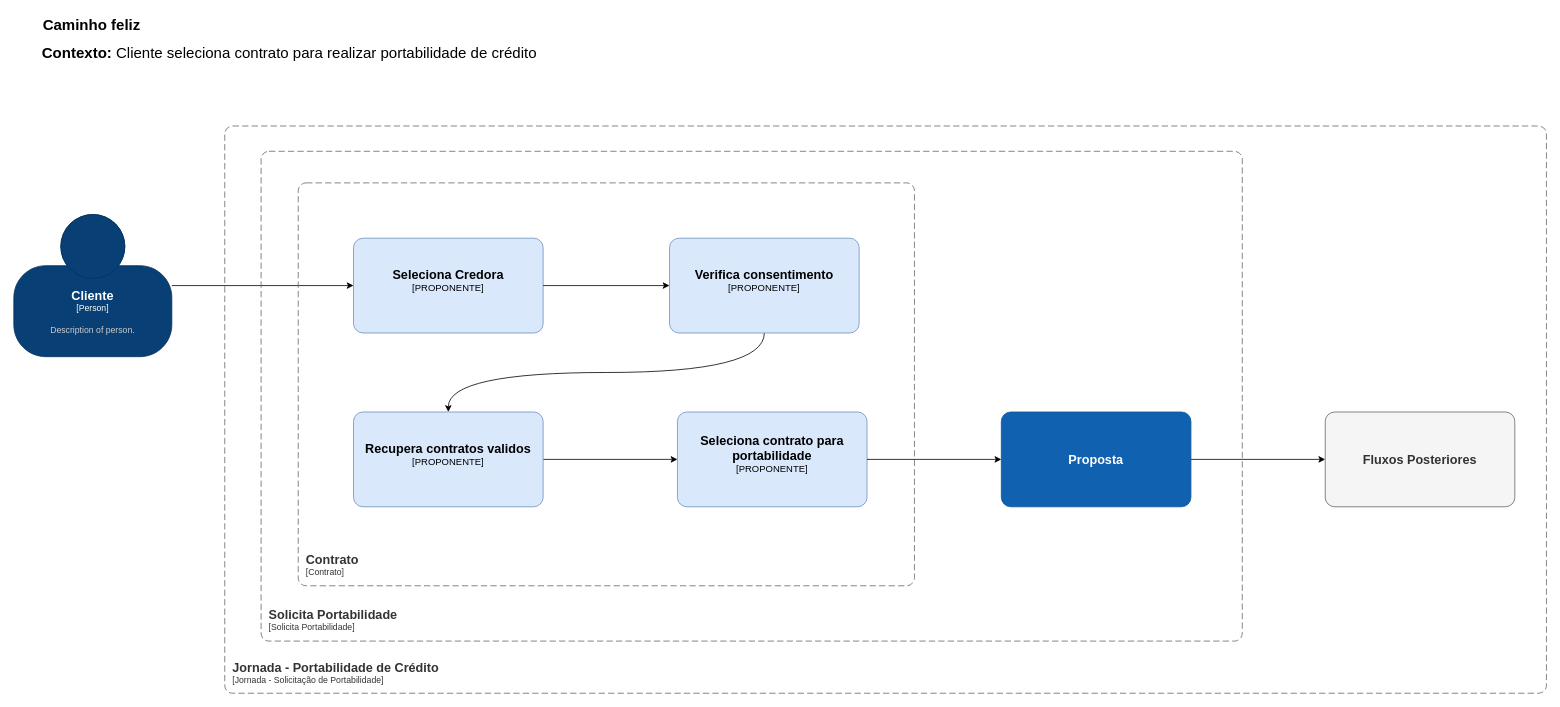
Before: page "Contrato" (4 of 20) of portabilidade_credito.drawio in andreferreiratrindade/portabilidade_credito_draw, a draw.io diagram. Source tidied: cells renumbered, new cells numbered last; positions are measured from the earlier drawing's top-left corner, leaving out a move shared by most shapes. Both pictures are drawn from the tidied source at 79%, with x=0, y=0 at pixel (13, 13).
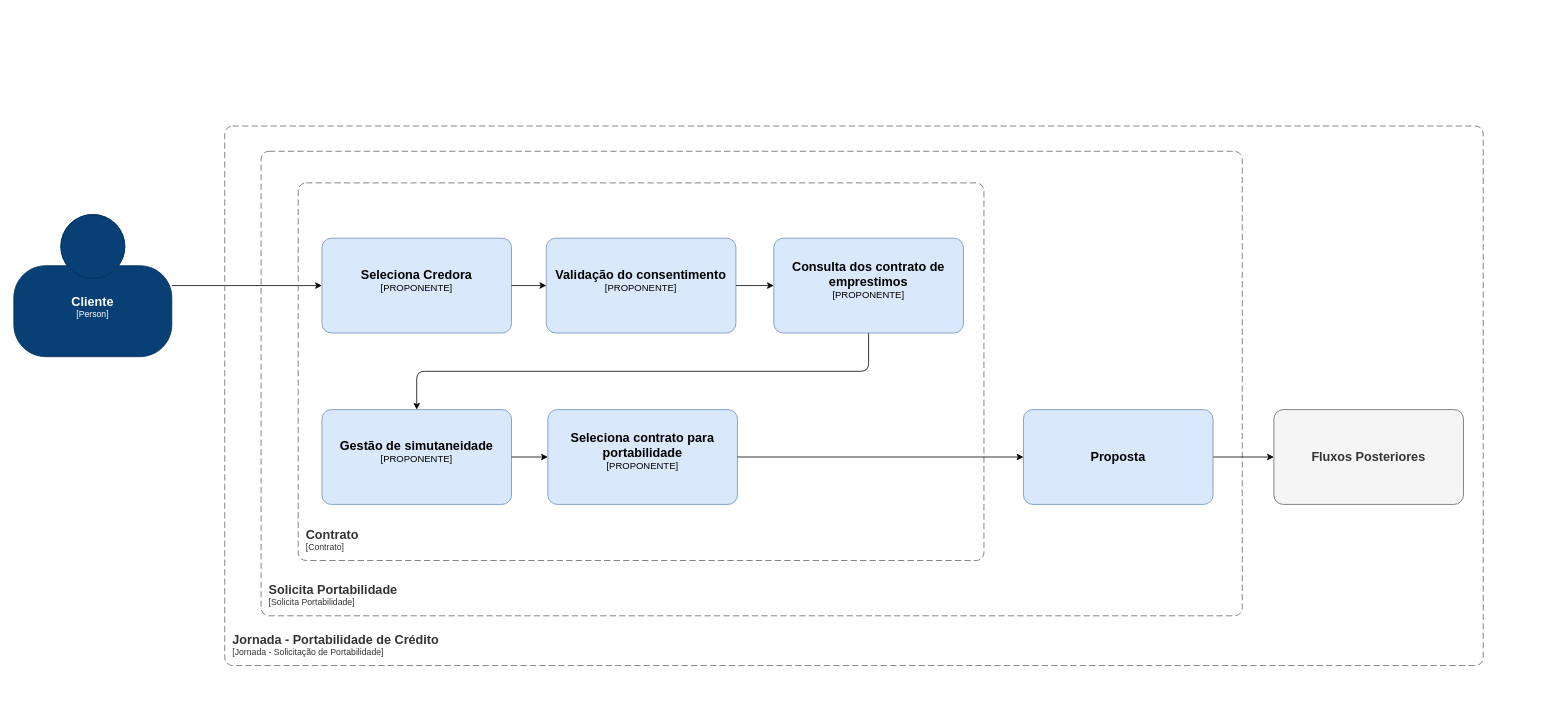
The same page after the edit.

Commit message (it also covers changes not shown here):
add - Gestao de simutaneidade

Diff of the diagram source:
```diff
@@
-    <object id="2" label="&lt;font style=&quot;font-size: 16px&quot;&gt;&lt;b&gt;%c4Name%&lt;/b&gt;&lt;/font&gt;&lt;div&gt;[%c4Type%]&lt;/div&gt;&lt;br&gt;&lt;div&gt;&lt;font style=&quot;font-size: 11px&quot;&gt;&lt;font color=&quot;#cccccc&quot;&gt;%c4Description%&lt;/font&gt;&lt;/div&gt;" c4Description="Description of person." c4Name="Cliente" c4Type="Person" placeholders="1">
+    <object id="2" label="&lt;font style=&quot;font-size: 16px&quot;&gt;&lt;b&gt;%c4Name%&lt;/b&gt;&lt;/font&gt;&lt;div&gt;[%c4Type%]&lt;/div&gt;&lt;br&gt;&lt;div&gt;&lt;font style=&quot;font-size: 11px&quot;&gt;&lt;font color=&quot;#cccccc&quot;&gt;%c4Description%&lt;/font&gt;&lt;/div&gt;" c4Description="" c4Name="Cliente" c4Type="Person" placeholders="1">
       <mxCell style="html=1;fontSize=11;dashed=0;whiteSpace=wrap;fillColor=#083F75;strokeColor=#06315C;fontColor=#ffffff;shape=mxgraph.c4.person2;align=center;points=[[0.5,0,0],[1,0.5,0],[1,0.75,0],[0.75,1,0],[0.5,1,0],[0.25,1,0],[0,0.75,0],[0,0.5,0]];" parent="1" vertex="1">
         <mxGeometry y="254" width="200" height="180" as="geometry" />
       </mxCell>
     </object>
@@
     <object id="4" label="&lt;font style=&quot;font-size: 16px&quot;&gt;&lt;b&gt;&lt;div style=&quot;text-align: left&quot;&gt;%c4Name%&lt;/div&gt;&lt;/b&gt;&lt;/font&gt;&lt;div style=&quot;text-align: left&quot;&gt;[%c4Application%]&lt;/div&gt;" c4Application="Solicita Portabilidade" c4Name="Solicita Portabilidade" placeholders="1">
       <mxCell style="rounded=1;fontSize=11;whiteSpace=wrap;html=1;dashed=1;arcSize=20;fillColor=none;strokeColor=#666666;fontColor=#333333;labelBackgroundColor=none;align=left;verticalAlign=bottom;labelBorderColor=none;spacingTop=0;spacing=10;dashPattern=8 4;perimeter=rectanglePerimeter;noLabel=0;labelPadding=0;absoluteArcSize=1;" parent="1" vertex="1">
-        <mxGeometry x="313" y="174" width="1242" height="620" as="geometry" />
+        <mxGeometry x="313" y="174" width="1242" height="588" as="geometry" />
       </mxCell>
     </object>
     <object id="5" label="&lt;font style=&quot;font-size: 16px&quot;&gt;&lt;b&gt;&lt;div style=&quot;text-align: left&quot;&gt;%c4Name%&lt;/div&gt;&lt;/b&gt;&lt;/font&gt;&lt;div style=&quot;text-align: left&quot;&gt;[%c4Application%]&lt;/div&gt;" c4Application="Contrato" c4Name="Contrato" placeholders="1">
       <mxCell style="rounded=1;fontSize=11;whiteSpace=wrap;html=1;dashed=1;arcSize=20;fillColor=none;strokeColor=#666666;fontColor=#333333;labelBackgroundColor=none;align=left;verticalAlign=bottom;labelBorderColor=none;spacingTop=0;spacing=10;dashPattern=8 4;perimeter=rectanglePerimeter;noLabel=0;labelPadding=0;absoluteArcSize=1;" parent="1" vertex="1">
-        <mxGeometry x="360" y="214" width="780" height="510" as="geometry" />
+        <mxGeometry x="360" y="214" width="868" height="478" as="geometry" />
       </mxCell>
     </object>
     <object id="6" label="&lt;font style=&quot;font-size: 16px&quot;&gt;&lt;b&gt;%c4Name%&lt;/b&gt;&lt;/font&gt;&lt;div&gt;[%c4Type%]&lt;/div&gt;&lt;br&gt;&lt;div&gt;&lt;font style=&quot;font-size: 11px&quot;&gt;&lt;font color=&quot;#cccccc&quot;&gt;%c4Description%&lt;/font&gt;&lt;/div&gt;" c4Description="" c4Name="Seleciona Credora" c4Type="PROPONENTE" placeholders="1">
       <mxCell style="rounded=1;whiteSpace=wrap;html=1;labelBackgroundColor=none;fillColor=#dae8fc;align=center;arcSize=10;strokeColor=#6c8ebf;points=[[0.25,0,0],[0.5,0,0],[0.75,0,0],[1,0.25,0],[1,0.5,0],[1,0.75,0],[0.75,1,0],[0.5,1,0],[0.25,1,0],[0,0.75,0],[0,0.5,0],[0,0.25,0]];" parent="1" vertex="1">
-        <mxGeometry x="430" y="284" width="240" height="120" as="geometry" />
+        <mxGeometry x="390" y="284" width="240" height="120" as="geometry" />
       </mxCell>
     </object>
-    <mxCell id="7" style="edgeStyle=orthogonalEdgeStyle;rounded=0;jettySize=auto;html=1;entryX=0.5;entryY=0;entryDx=0;entryDy=0;entryPerimeter=0;exitX=0.5;exitY=1;exitDx=0;exitDy=0;exitPerimeter=0;curved=1;" parent="1" edge="1" source="8" target="11">
-      <mxGeometry relative="1" as="geometry">
-        <Array as="points">
-          <mxPoint x="950" y="454" />
-          <mxPoint x="550" y="454" />
-        </Array>
-      </mxGeometry>
-    </mxCell>
-    <object id="8" label="&lt;font style=&quot;font-size: 16px&quot;&gt;&lt;b&gt;%c4Name%&lt;/b&gt;&lt;/font&gt;&lt;div&gt;[%c4Type%]&lt;/div&gt;&lt;br&gt;&lt;div&gt;&lt;font style=&quot;font-size: 11px&quot;&gt;&lt;font color=&quot;#cccccc&quot;&gt;%c4Description%&lt;/font&gt;&lt;/div&gt;" c4Description="" c4Name="Verifica consentimento" c4Type="PROPONENTE" placeholders="1">
+    <object id="8" label="&lt;font style=&quot;font-size: 16px&quot;&gt;&lt;b&gt;%c4Name%&lt;/b&gt;&lt;/font&gt;&lt;div&gt;[%c4Type%]&lt;/div&gt;&lt;br&gt;&lt;div&gt;&lt;font style=&quot;font-size: 11px&quot;&gt;&lt;font color=&quot;#cccccc&quot;&gt;%c4Description%&lt;/font&gt;&lt;/div&gt;" c4Description="" c4Name="Validação do consentimento" c4Type="PROPONENTE" placeholders="1">
       <mxCell style="rounded=1;whiteSpace=wrap;html=1;labelBackgroundColor=none;fillColor=#dae8fc;align=center;arcSize=10;strokeColor=#6c8ebf;points=[[0.25,0,0],[0.5,0,0],[0.75,0,0],[1,0.25,0],[1,0.5,0],[1,0.75,0],[0.75,1,0],[0.5,1,0],[0.25,1,0],[0,0.75,0],[0,0.5,0],[0,0.25,0]];" parent="1" vertex="1">
-        <mxGeometry x="830" y="284" width="240" height="120" as="geometry" />
+        <mxGeometry x="674" y="284" width="240" height="120" as="geometry" />
       </mxCell>
     </object>
@@
-    <mxCell id="10" style="edgeStyle=orthogonalEdgeStyle;rounded=0;jettySize=auto;html=1;exitX=1;exitY=0.5;exitDx=0;exitDy=0;exitPerimeter=0;" parent="1" edge="1" source="11" target="12">
+    <mxCell id="10" style="edgeStyle=orthogonalEdgeStyle;rounded=1;jettySize=auto;html=1;exitX=0.5;exitY=1;exitDx=0;exitDy=0;exitPerimeter=0;curved=0;" parent="1" edge="1" source="11" target="12">
       <mxGeometry relative="1" as="geometry" />
     </mxCell>
-    <object id="11" label="&lt;font style=&quot;font-size: 16px&quot;&gt;&lt;b&gt;%c4Name%&lt;/b&gt;&lt;/font&gt;&lt;div&gt;[%c4Type%]&lt;/div&gt;&lt;br&gt;&lt;div&gt;&lt;font style=&quot;font-size: 11px&quot;&gt;&lt;font color=&quot;#cccccc&quot;&gt;%c4Description%&lt;/font&gt;&lt;/div&gt;" c4Description="" c4Name="Recupera contratos validos" c4Type="PROPONENTE" placeholders="1">
+    <object id="11" label="&lt;font style=&quot;font-size: 16px&quot;&gt;&lt;b&gt;%c4Name%&lt;/b&gt;&lt;/font&gt;&lt;div&gt;[%c4Type%]&lt;/div&gt;&lt;br&gt;&lt;div&gt;&lt;font style=&quot;font-size: 11px&quot;&gt;&lt;font color=&quot;#cccccc&quot;&gt;%c4Description%&lt;/font&gt;&lt;/div&gt;" c4Description="" c4Name="Consulta dos contrato de emprestimos" c4Type="PROPONENTE" placeholders="1">
       <mxCell style="rounded=1;whiteSpace=wrap;html=1;labelBackgroundColor=none;fillColor=#dae8fc;align=center;arcSize=10;strokeColor=#6c8ebf;points=[[0.25,0,0],[0.5,0,0],[0.75,0,0],[1,0.25,0],[1,0.5,0],[1,0.75,0],[0.75,1,0],[0.5,1,0],[0.25,1,0],[0,0.75,0],[0,0.5,0],[0,0.25,0]];" parent="1" vertex="1">
-        <mxGeometry x="430" y="504" width="240" height="120" as="geometry" />
+        <mxGeometry x="962" y="284" width="240" height="120" as="geometry" />
       </mxCell>
     </object>
-    <object id="12" label="&lt;font style=&quot;font-size: 16px&quot;&gt;&lt;b&gt;%c4Name%&lt;/b&gt;&lt;/font&gt;&lt;div&gt;[%c4Type%]&lt;/div&gt;&lt;br&gt;&lt;div&gt;&lt;font style=&quot;font-size: 11px&quot;&gt;&lt;font color=&quot;#cccccc&quot;&gt;%c4Description%&lt;/font&gt;&lt;/div&gt;" c4Description="" c4Name="Seleciona contrato para portabilidade" c4Type="PROPONENTE" placeholders="1">
+    <object id="12" label="&lt;font style=&quot;font-size: 16px&quot;&gt;&lt;b&gt;%c4Name%&lt;/b&gt;&lt;/font&gt;&lt;div&gt;[%c4Type%]&lt;/div&gt;&lt;br&gt;&lt;div&gt;&lt;font style=&quot;font-size: 11px&quot;&gt;&lt;font color=&quot;#cccccc&quot;&gt;%c4Description%&lt;/font&gt;&lt;/div&gt;" c4Description="" c4Name="Gestão de simutaneidade" c4Type="PROPONENTE" placeholders="1">
       <mxCell style="rounded=1;whiteSpace=wrap;html=1;labelBackgroundColor=none;fillColor=#dae8fc;align=center;arcSize=10;strokeColor=#6c8ebf;points=[[0.25,0,0],[0.5,0,0],[0.75,0,0],[1,0.25,0],[1,0.5,0],[1,0.75,0],[0.75,1,0],[0.5,1,0],[0.25,1,0],[0,0.75,0],[0,0.5,0],[0,0.25,0]];" parent="1" vertex="1">
-        <mxGeometry x="840" y="504" width="240" height="120" as="geometry" />
+        <mxGeometry x="390" y="501" width="240" height="120" as="geometry" />
       </mxCell>
     </object>
@@
     <object id="14" label="&lt;font style=&quot;font-size: 16px&quot;&gt;&lt;b&gt;%c4Name%&lt;/b&gt;&lt;/font&gt;&lt;br&gt;&lt;div&gt;&lt;font style=&quot;font-size: 11px&quot;&gt;&lt;font color=&quot;#cccccc&quot;&gt;%c4Description%&lt;/font&gt;&lt;/div&gt;" c4Description="" c4Name="Proposta" placeholders="1">
-      <mxCell style="rounded=1;whiteSpace=wrap;html=1;labelBackgroundColor=none;fillColor=#1061B0;fontColor=#ffffff;align=center;arcSize=10;strokeColor=#0D5091;points=[[0.25,0,0],[0.5,0,0],[0.75,0,0],[1,0.25,0],[1,0.5,0],[1,0.75,0],[0.75,1,0],[0.5,1,0],[0.25,1,0],[0,0.75,0],[0,0.5,0],[0,0.25,0]];" parent="1" vertex="1">
-        <mxGeometry x="1250" y="504" width="240" height="120" as="geometry" />
+      <mxCell style="rounded=1;whiteSpace=wrap;html=1;labelBackgroundColor=none;fillColor=#dae8fc;align=center;arcSize=10;strokeColor=#6c8ebf;points=[[0.25,0,0],[0.5,0,0],[0.75,0,0],[1,0.25,0],[1,0.5,0],[1,0.75,0],[0.75,1,0],[0.5,1,0],[0.25,1,0],[0,0.75,0],[0,0.5,0],[0,0.25,0]];" parent="1" vertex="1">
+        <mxGeometry x="1278" y="501" width="240" height="120" as="geometry" />
       </mxCell>
     </object>
-    <mxCell id="15" style="edgeStyle=orthogonalEdgeStyle;rounded=0;jettySize=auto;html=1;entryX=0;entryY=0.5;entryDx=0;entryDy=0;entryPerimeter=0;" parent="1" edge="1" source="12" target="14">
+    <mxCell id="15" style="edgeStyle=orthogonalEdgeStyle;rounded=0;jettySize=auto;html=1;entryX=0;entryY=0.5;entryDx=0;entryDy=0;entryPerimeter=0;" parent="1" edge="1" source="12" target="20">
       <mxGeometry relative="1" as="geometry" />
     </mxCell>
-    <mxCell id="16" value="&lt;b&gt;Caminho feliz&lt;/b&gt;" style="text;html=1;align=left;verticalAlign=middle;whiteSpace=wrap;rounded=0;fontSize=19;" parent="1" vertex="1">
-      <mxGeometry x="35" width="616" height="30" as="geometry" />
-    </mxCell>
-    <mxCell id="17" value="&lt;b style=&quot;font-size: 19px;&quot;&gt;Contexto:&lt;/b&gt; Cliente seleciona contrato para realizar portabilidade de crédito" style="text;html=1;align=center;verticalAlign=middle;whiteSpace=wrap;rounded=0;fontSize=19;" parent="1" vertex="1">
-      <mxGeometry y="35" width="698" height="30" as="geometry" />
-    </mxCell>
     <object id="18" label="&lt;font style=&quot;font-size: 16px&quot;&gt;&lt;b&gt;&lt;div style=&quot;text-align: left&quot;&gt;%c4Name%&lt;/div&gt;&lt;/b&gt;&lt;/font&gt;&lt;div style=&quot;text-align: left&quot;&gt;[%c4Application%]&lt;/div&gt;" c4Application="Jornada - Solicitação de Portabilidade" c4Name="Jornada - Portabilidade de Crédito" placeholders="1">
       <mxCell style="rounded=1;fontSize=11;whiteSpace=wrap;html=1;dashed=1;arcSize=20;fillColor=none;strokeColor=#666666;fontColor=#333333;labelBackgroundColor=none;align=left;verticalAlign=bottom;labelBorderColor=none;spacingTop=0;spacing=10;dashPattern=8 4;perimeter=rectanglePerimeter;noLabel=0;labelPadding=0;absoluteArcSize=1;" parent="1" vertex="1">
-        <mxGeometry x="267" y="142" width="1673" height="718" as="geometry" />
+        <mxGeometry x="267" y="142" width="1593" height="683" as="geometry" />
       </mxCell>
     </object>
     <object id="19" label="&lt;font style=&quot;font-size: 16px&quot;&gt;&lt;b&gt;%c4Name%&lt;/b&gt;&lt;/font&gt;&lt;br&gt;&lt;div&gt;&lt;font style=&quot;font-size: 11px&quot;&gt;&lt;font color=&quot;#cccccc&quot;&gt;%c4Description%&lt;/font&gt;&lt;/div&gt;" c4Description="" c4Name="Fluxos Posteriores" placeholders="1">
       <mxCell style="rounded=1;whiteSpace=wrap;html=1;labelBackgroundColor=none;fillColor=#f5f5f5;fontColor=#333333;align=center;arcSize=10;strokeColor=#666666;points=[[0.25,0,0],[0.5,0,0],[0.75,0,0],[1,0.25,0],[1,0.5,0],[1,0.75,0],[0.75,1,0],[0.5,1,0],[0.25,1,0],[0,0.75,0],[0,0.5,0],[0,0.25,0]];" parent="1" vertex="1">
-        <mxGeometry x="1660" y="504" width="240" height="120" as="geometry" />
+        <mxGeometry x="1595" y="501" width="240" height="120" as="geometry" />
       </mxCell>
     </object>
+    <object id="20" label="&lt;font style=&quot;font-size: 16px&quot;&gt;&lt;b&gt;%c4Name%&lt;/b&gt;&lt;/font&gt;&lt;div&gt;[%c4Type%]&lt;/div&gt;&lt;br&gt;&lt;div&gt;&lt;font style=&quot;font-size: 11px&quot;&gt;&lt;font color=&quot;#cccccc&quot;&gt;%c4Description%&lt;/font&gt;&lt;/div&gt;" c4Description="" c4Name="Seleciona contrato para portabilidade" c4Type="PROPONENTE" placeholders="1">
+      <mxCell style="rounded=1;whiteSpace=wrap;html=1;labelBackgroundColor=none;fillColor=#dae8fc;align=center;arcSize=10;strokeColor=#6c8ebf;points=[[0.25,0,0],[0.5,0,0],[0.75,0,0],[1,0.25,0],[1,0.5,0],[1,0.75,0],[0.75,1,0],[0.5,1,0],[0.25,1,0],[0,0.75,0],[0,0.5,0],[0,0.25,0]];" parent="1" vertex="1">
+        <mxGeometry x="676" y="501" width="240" height="120" as="geometry" />
+      </mxCell>
+    </object>
+    <mxCell id="7" style="edgeStyle=orthogonalEdgeStyle;rounded=0;jettySize=auto;html=1;entryX=0;entryY=0.5;entryDx=0;entryDy=0;entryPerimeter=0;" parent="1" edge="1" source="8" target="11">
+      <mxGeometry relative="1" as="geometry" />
+    </mxCell>
+    <mxCell id="21" style="edgeStyle=orthogonalEdgeStyle;rounded=0;jettySize=auto;html=1;entryX=0;entryY=0.5;entryDx=0;entryDy=0;entryPerimeter=0;" parent="1" edge="1" source="20" target="14">
+      <mxGeometry relative="1" as="geometry" />
+    </mxCell>
```
